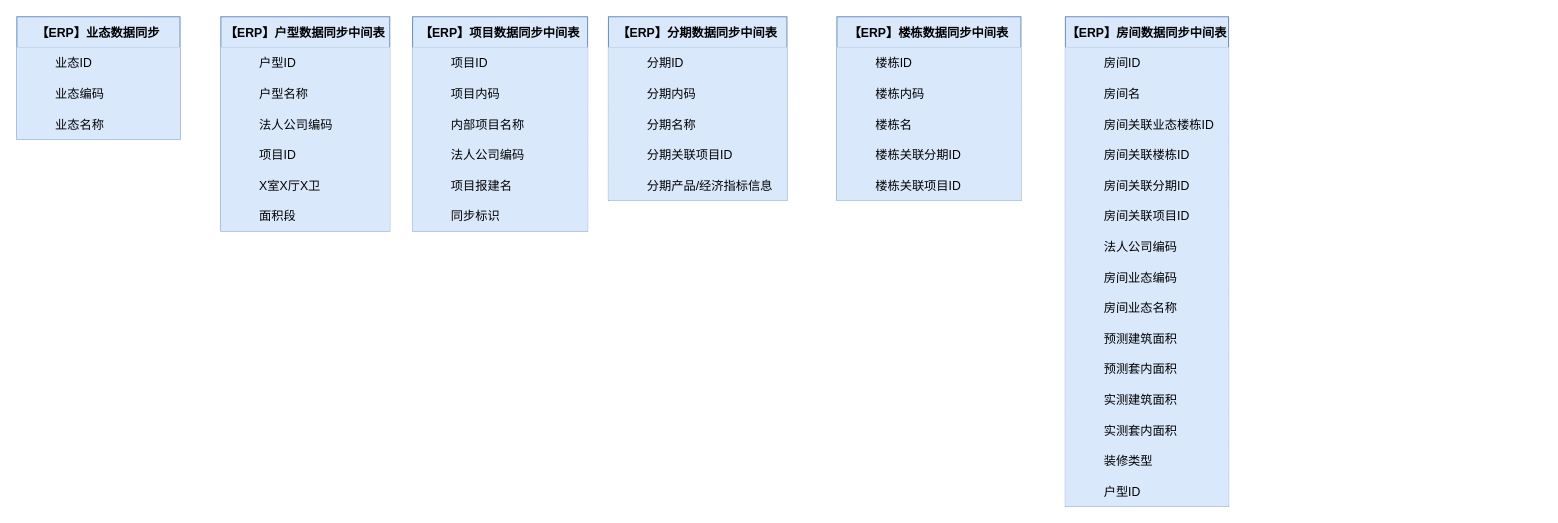
Above: 项目中心.drawio in juesuchen/diagrams (draw.io), before the change. Source tidied: cells renumbered, new cells numbered last; positions are measured from the earlier drawing's top-left corner, leaving out a move shared by most shapes. Both pictures are drawn from the tidied source at 102%, with x=0, y=0 at pixel (16, 16).
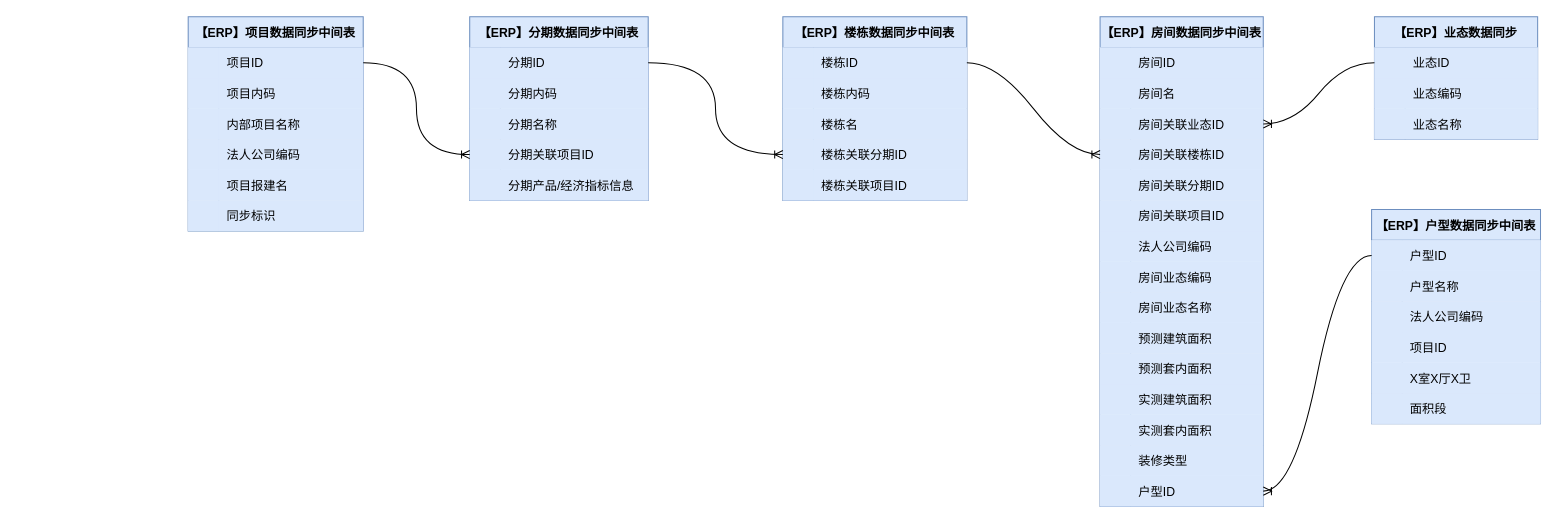
The same diagram, later.

Commit message (it also covers changes not shown here):
更新项目中心.drawio

Unchanged cells that the change refers to:
```xml
<mxCell id="3" style="shape=tableRow;horizontal=0;startSize=0;swimlaneHead=0;swimlaneBody=0;fillColor=#dae8fc;points=[[0,0.5],[1,0.5]];portConstraint=eastwest;strokeColor=#6c8ebf;top=0;left=0;right=0;bottom=0;" parent="2" vertex="1">
  <mxGeometry y="30" width="160" height="30" as="geometry" />
</mxCell>
<mxCell id="13" style="shape=tableRow;horizontal=0;startSize=0;swimlaneHead=0;swimlaneBody=0;fillColor=#dae8fc;points=[[0,0.5],[1,0.5]];portConstraint=eastwest;strokeColor=#6c8ebf;top=0;left=0;right=0;bottom=0;" parent="12" vertex="1">
  <mxGeometry y="30" width="165.6" height="30" as="geometry" />
</mxCell>
<mxCell id="32" style="shape=tableRow;horizontal=0;startSize=0;swimlaneHead=0;swimlaneBody=0;fillColor=#dae8fc;points=[[0,0.5],[1,0.5]];portConstraint=eastwest;strokeColor=#6c8ebf;top=0;left=0;right=0;bottom=0;" parent="31" vertex="1">
  <mxGeometry y="30" width="171.6" height="30" as="geometry" />
</mxCell>
<mxCell id="51" style="shape=tableRow;horizontal=0;startSize=0;swimlaneHead=0;swimlaneBody=0;fillColor=#dae8fc;points=[[0,0.5],[1,0.5]];portConstraint=eastwest;strokeColor=#6c8ebf;top=0;left=0;right=0;bottom=0;" parent="50" vertex="1">
  <mxGeometry y="30" width="175" height="30" as="geometry" />
</mxCell>
<mxCell id="60" style="shape=tableRow;horizontal=0;startSize=0;swimlaneHead=0;swimlaneBody=0;fillColor=#dae8fc;points=[[0,0.5],[1,0.5]];portConstraint=eastwest;strokeColor=#6c8ebf;top=0;left=0;right=0;bottom=0;" parent="50" vertex="1">
  <mxGeometry y="120" width="175" height="30" as="geometry" />
</mxCell>
<mxCell id="67" style="shape=tableRow;horizontal=0;startSize=0;swimlaneHead=0;swimlaneBody=0;fillColor=#dae8fc;points=[[0,0.5],[1,0.5]];portConstraint=eastwest;strokeColor=#6c8ebf;top=0;left=0;right=0;bottom=0;" parent="66" vertex="1">
  <mxGeometry y="30" width="180.4" height="30" as="geometry" />
</mxCell>
<mxCell id="76" style="shape=tableRow;horizontal=0;startSize=0;swimlaneHead=0;swimlaneBody=0;fillColor=#dae8fc;points=[[0,0.5],[1,0.5]];portConstraint=eastwest;strokeColor=#6c8ebf;top=0;left=0;right=0;bottom=0;" parent="66" vertex="1">
  <mxGeometry y="120" width="180.4" height="30" as="geometry" />
</mxCell>
<mxCell id="89" style="shape=tableRow;horizontal=0;startSize=0;swimlaneHead=0;swimlaneBody=0;fillColor=#dae8fc;points=[[0,0.5],[1,0.5]];portConstraint=eastwest;strokeColor=#6c8ebf;top=0;left=0;right=0;bottom=0;" parent="82" vertex="1">
  <mxGeometry y="90" width="160" height="30" as="geometry" />
</mxCell>
<mxCell id="92" style="shape=tableRow;horizontal=0;startSize=0;swimlaneHead=0;swimlaneBody=0;fillColor=#dae8fc;points=[[0,0.5],[1,0.5]];portConstraint=eastwest;strokeColor=#6c8ebf;top=0;left=0;right=0;bottom=0;" parent="82" vertex="1">
  <mxGeometry y="120" width="160" height="30" as="geometry" />
</mxCell>
<mxCell id="125" style="shape=tableRow;horizontal=0;startSize=0;swimlaneHead=0;swimlaneBody=0;fillColor=#dae8fc;points=[[0,0.5],[1,0.5]];portConstraint=eastwest;strokeColor=#6c8ebf;top=0;left=0;right=0;bottom=0;" parent="82" vertex="1">
  <mxGeometry y="450" width="160" height="30" as="geometry" />
</mxCell>
```

The edit, as a diff of the source:
```diff
@@
     <mxCell id="2" value="【ERP】业态数据同步" style="shape=table;startSize=30;childLayout=tableLayout;rowLines=0;fontStyle=1;align=center;fillColor=#dae8fc;strokeColor=#6c8ebf;" parent="1" vertex="1">
-      <mxGeometry width="160" height="120" as="geometry" />
+      <mxGeometry x="1331" width="160" height="120" as="geometry" />
     </mxCell>
@@
     <mxCell id="12" value="【ERP】户型数据同步中间表" style="shape=table;startSize=30;childLayout=tableLayout;rowLines=0;fontStyle=1;align=center;fillColor=#dae8fc;strokeColor=#6c8ebf;" parent="1" vertex="1">
-      <mxGeometry x="200" width="165.6" height="210" as="geometry" />
+      <mxGeometry x="1328.2" y="189" width="165.6" height="210" as="geometry" />
     </mxCell>
@@
     <mxCell id="31" value="【ERP】项目数据同步中间表" style="shape=table;startSize=30;childLayout=tableLayout;rowLines=0;fontStyle=1;align=center;fillColor=#dae8fc;strokeColor=#6c8ebf;" parent="1" vertex="1">
-      <mxGeometry x="388" width="171.6" height="210" as="geometry" />
+      <mxGeometry x="168" width="171.6" height="210" as="geometry" />
     </mxCell>
@@
     <mxCell id="50" value="【ERP】分期数据同步中间表" style="shape=table;startSize=30;childLayout=tableLayout;rowLines=0;fontStyle=1;align=center;fillColor=#dae8fc;strokeColor=#6c8ebf;" parent="1" vertex="1">
-      <mxGeometry x="580" width="175" height="180" as="geometry" />
+      <mxGeometry x="444" width="175" height="180" as="geometry" />
     </mxCell>
@@
     <mxCell id="66" value="【ERP】楼栋数据同步中间表" style="shape=table;startSize=30;childLayout=tableLayout;rowLines=0;fontStyle=1;align=center;fillColor=#dae8fc;strokeColor=#6c8ebf;" parent="1" vertex="1">
-      <mxGeometry x="804" width="180.4" height="180" as="geometry" />
+      <mxGeometry x="751" width="180.4" height="180" as="geometry" />
     </mxCell>
@@
     <mxCell id="82" value="【ERP】房间数据同步中间表" style="shape=table;startSize=30;childLayout=tableLayout;rowLines=0;fontStyle=1;align=center;fillColor=#dae8fc;strokeColor=#6c8ebf;" parent="1" vertex="1">
-      <mxGeometry x="1028" width="160" height="480" as="geometry" />
+      <mxGeometry x="1062" width="160" height="480" as="geometry" />
     </mxCell>
@@
-    <mxCell id="91" value="房间关联业态楼栋ID" style="shape=partialRectangle;overflow=hidden;fillColor=#dae8fc;align=left;strokeColor=#6c8ebf;top=0;left=0;bottom=0;right=0;spacingLeft=6;" parent="89" vertex="1">
+    <mxCell id="91" value="房间关联业态ID" style="shape=partialRectangle;overflow=hidden;fillColor=#dae8fc;align=left;strokeColor=#6c8ebf;top=0;left=0;bottom=0;right=0;spacingLeft=6;" parent="89" vertex="1">
       <mxGeometry x="30" width="130" height="30" as="geometry" />
     </mxCell>
@@
+    <mxCell id="128" style="edgeStyle=orthogonalEdgeStyle;fontSize=12;html=1;endArrow=ERoneToMany;rounded=0;curved=1;" parent="1" edge="1" source="32" target="60">
+      <mxGeometry relative="1" as="geometry" />
+    </mxCell>
+    <mxCell id="129" style="edgeStyle=orthogonalEdgeStyle;fontSize=12;html=1;endArrow=ERoneToMany;rounded=0;curved=1;" parent="1" edge="1" source="51" target="76">
+      <mxGeometry relative="1" as="geometry" />
+    </mxCell>
+    <mxCell id="130" style="edgeStyle=entityRelationEdgeStyle;fontSize=12;html=1;endArrow=ERoneToMany;rounded=0;curved=1;" parent="1" edge="1" source="67" target="92">
+      <mxGeometry relative="1" as="geometry" />
+    </mxCell>
+    <mxCell id="131" style="edgeStyle=entityRelationEdgeStyle;fontSize=12;html=1;endArrow=ERoneToMany;rounded=0;curved=1;" parent="1" edge="1" source="13" target="125">
+      <mxGeometry relative="1" as="geometry" />
+    </mxCell>
+    <mxCell id="132" style="edgeStyle=entityRelationEdgeStyle;fontSize=12;html=1;endArrow=ERoneToMany;rounded=0;curved=1;" parent="1" edge="1" source="3" target="89">
+      <mxGeometry relative="1" as="geometry" />
+    </mxCell>
```
